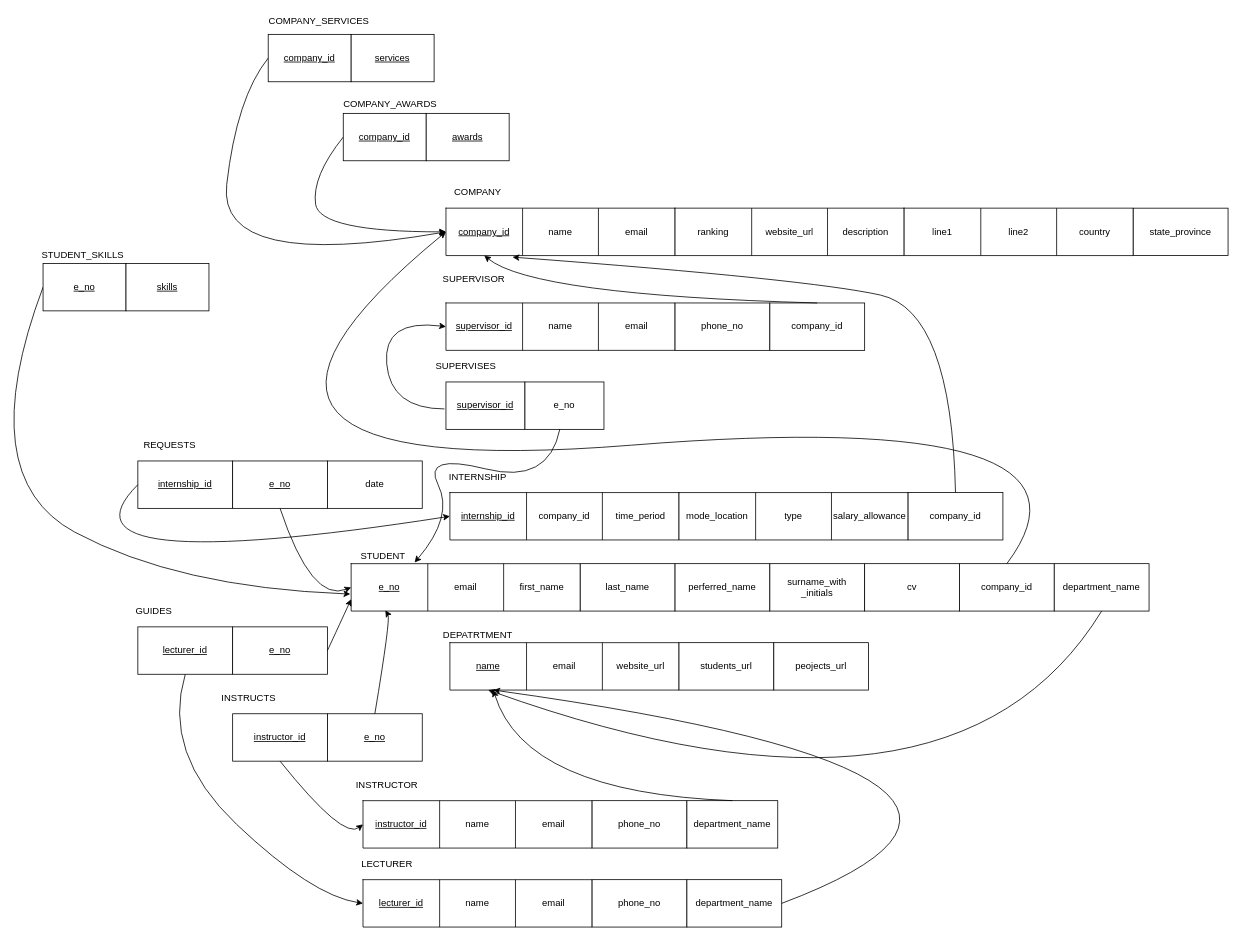
The draw.io diagram ER Diagram/Relational_schema_diagram.drawio in ishanfdo18098/CO226-Database-Project, before the edit. Source tidied: cells renumbered, new cells numbered last; positions are measured from the earlier drawing's top-left corner, leaving out a move shared by most shapes. Both pictures are drawn from the tidied source at 79%, with x=0, y=0 at pixel (-28, 13).
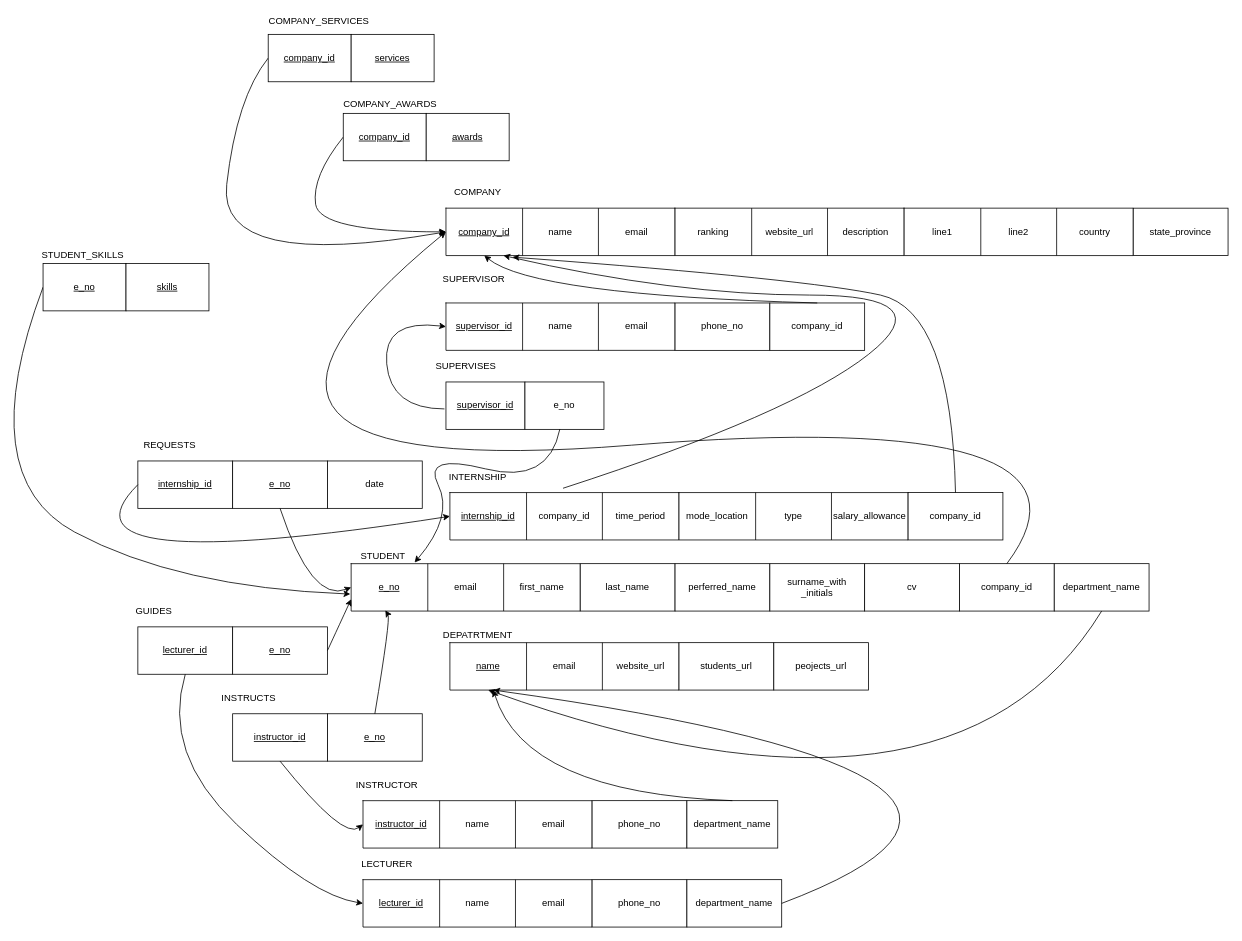
The same page after the edit.

Commit message:
add missing arrow

The change refers to these unchanged cells:
```xml
<mxCell id="4" value="&lt;u&gt;company_id&lt;/u&gt;" style="shape=partialRectangle;html=1;whiteSpace=wrap;fillColor=none;top=0;left=0;bottom=0;right=0;overflow=hidden;" parent="3" vertex="1">
  <mxGeometry width="97" height="60" as="geometry" />
</mxCell>
<mxCell id="31" value="company_id" style="shape=partialRectangle;html=1;whiteSpace=wrap;fillColor=none;top=0;left=0;bottom=0;right=0;overflow=hidden;" parent="29" vertex="1">
  <mxGeometry x="97" width="96" height="60" as="geometry" />
</mxCell>
```

The edit, as a diff of the source:
```diff
@@
+    <mxCell id="117" style="curved=1;endArrow=classic;html=1;rounded=0;exitX=0.481;exitY=-0.091;exitDx=0;exitDy=0;exitPerimeter=0;entryX=0.75;entryY=1;entryDx=0;entryDy=0;" parent="1" edge="1" source="31" target="4">
+      <mxGeometry relative="1" as="geometry">
+        <Array as="points">
+          <mxPoint x="1040" y="506" />
+          <mxPoint x="1230" y="356" />
+          <mxPoint x="890" y="356" />
+        </Array>
+      </mxGeometry>
+    </mxCell>
```
